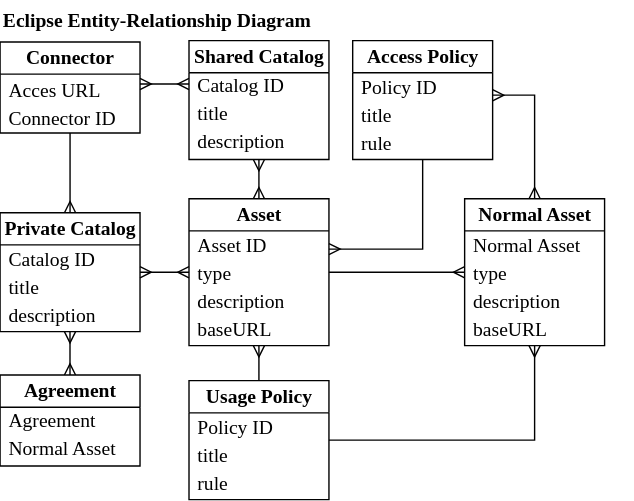
KristavanZandwijk/MVDS keeps this draw.io diagram as img/Eclipse/Eclipse_ER.svg. Above is the earlier version. Source tidied: cells renumbered, new cells last; positions are measured from the earlier drawing's top-left corner, leaving out a move shared by most shapes.
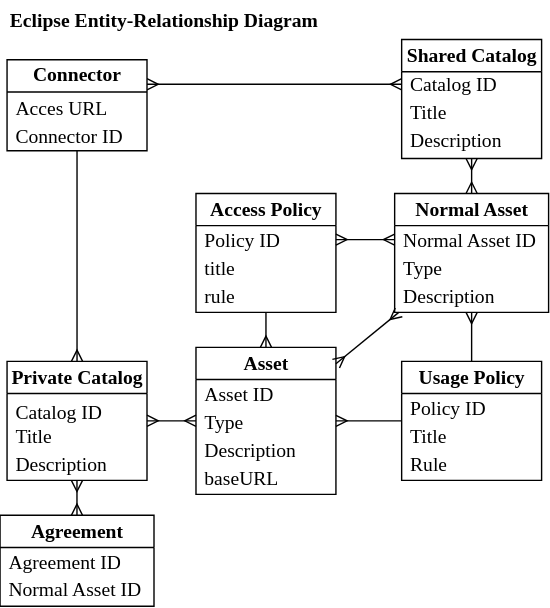
The same file after the commit.

Commit message:
update figures typos

The edit, as a diff of the source:
```diff
@@ -11,7 +11,7 @@
       </mxGeometry>
     </mxCell>
     <mxCell id="3" value="Connector" style="swimlane;whiteSpace=wrap;html=1;fontFamily=Times New Roman;fontSize=14;" parent="1" vertex="1">
-      <mxGeometry y="30" width="100" height="65" as="geometry" />
+      <mxGeometry y="42.5" width="100" height="65" as="geometry" />
     </mxCell>
     <mxCell id="4" value="Acces URL" style="text;strokeColor=none;fillColor=none;align=left;verticalAlign=middle;spacingLeft=4;spacingRight=4;overflow=hidden;whiteSpace=wrap;html=1;fontSize=14;fontFamily=Times New Roman;" parent="3" vertex="1">
       <mxGeometry y="24" width="100" height="20" as="geometry" />
@@ -20,70 +20,70 @@
       <mxGeometry y="44" width="100" height="20" as="geometry" />
     </mxCell>
     <mxCell id="6" value="Asset" style="swimlane;whiteSpace=wrap;html=1;fontFamily=Times New Roman;fontSize=14;" parent="1" vertex="1">
-      <mxGeometry x="135" y="142" width="100" height="105" as="geometry" />
+      <mxGeometry x="135" y="248" width="100" height="105" as="geometry" />
     </mxCell>
     <mxCell id="7" value="Asset ID" style="text;strokeColor=none;fillColor=none;align=left;verticalAlign=middle;spacingLeft=4;spacingRight=4;overflow=hidden;whiteSpace=wrap;html=1;fontSize=14;fontFamily=Times New Roman;" parent="6" vertex="1">
       <mxGeometry y="23" width="100" height="20" as="geometry" />
     </mxCell>
-    <mxCell id="8" value="type" style="text;strokeColor=none;fillColor=none;align=left;verticalAlign=middle;spacingLeft=4;spacingRight=4;overflow=hidden;whiteSpace=wrap;html=1;fontSize=14;fontFamily=Times New Roman;" parent="6" vertex="1">
+    <mxCell id="8" value="Type" style="text;strokeColor=none;fillColor=none;align=left;verticalAlign=middle;spacingLeft=4;spacingRight=4;overflow=hidden;whiteSpace=wrap;html=1;fontSize=14;fontFamily=Times New Roman;" parent="6" vertex="1">
       <mxGeometry y="43" width="100" height="20" as="geometry" />
     </mxCell>
-    <mxCell id="9" value="description" style="text;strokeColor=none;fillColor=none;align=left;verticalAlign=middle;spacingLeft=4;spacingRight=4;overflow=hidden;whiteSpace=wrap;html=1;fontSize=14;fontFamily=Times New Roman;" parent="6" vertex="1">
+    <mxCell id="9" value="Description" style="text;strokeColor=none;fillColor=none;align=left;verticalAlign=middle;spacingLeft=4;spacingRight=4;overflow=hidden;whiteSpace=wrap;html=1;fontSize=14;fontFamily=Times New Roman;" parent="6" vertex="1">
       <mxGeometry y="63" width="100" height="20" as="geometry" />
     </mxCell>
     <mxCell id="10" value="baseURL" style="text;strokeColor=none;fillColor=none;align=left;verticalAlign=middle;spacingLeft=4;spacingRight=4;overflow=hidden;whiteSpace=wrap;html=1;fontSize=14;fontFamily=Times New Roman;" parent="6" vertex="1">
       <mxGeometry y="83" width="90" height="20" as="geometry" />
     </mxCell>
     <mxCell id="11" value="Private Catalog" style="swimlane;whiteSpace=wrap;html=1;fontFamily=Times New Roman;fontSize=14;" parent="1" vertex="1">
-      <mxGeometry y="152" width="100" height="85" as="geometry" />
+      <mxGeometry y="258" width="100" height="85" as="geometry" />
     </mxCell>
     <mxCell id="12" value="Catalog ID" style="text;strokeColor=none;fillColor=none;align=left;verticalAlign=middle;spacingLeft=4;spacingRight=4;overflow=hidden;whiteSpace=wrap;html=1;fontSize=14;fontFamily=Times New Roman;" parent="11" vertex="1">
-      <mxGeometry y="23" width="100" height="20" as="geometry" />
+      <mxGeometry y="23" width="100" height="27" as="geometry" />
     </mxCell>
-    <mxCell id="13" value="title" style="text;strokeColor=none;fillColor=none;align=left;verticalAlign=middle;spacingLeft=4;spacingRight=4;overflow=hidden;whiteSpace=wrap;html=1;fontSize=14;fontFamily=Times New Roman;" parent="11" vertex="1">
+    <mxCell id="13" value="Title" style="text;strokeColor=none;fillColor=none;align=left;verticalAlign=middle;spacingLeft=4;spacingRight=4;overflow=hidden;whiteSpace=wrap;html=1;fontSize=14;fontFamily=Times New Roman;" parent="11" vertex="1">
       <mxGeometry y="43" width="100" height="20" as="geometry" />
     </mxCell>
-    <mxCell id="14" value="&lt;div&gt;description&lt;/div&gt;" style="text;strokeColor=none;fillColor=none;align=left;verticalAlign=middle;spacingLeft=4;spacingRight=4;overflow=hidden;whiteSpace=wrap;html=1;fontSize=14;fontFamily=Times New Roman;" parent="11" vertex="1">
+    <mxCell id="14" value="&lt;div&gt;Description&lt;/div&gt;" style="text;strokeColor=none;fillColor=none;align=left;verticalAlign=middle;spacingLeft=4;spacingRight=4;overflow=hidden;whiteSpace=wrap;html=1;fontSize=14;fontFamily=Times New Roman;" parent="11" vertex="1">
       <mxGeometry y="63" width="100" height="20" as="geometry" />
     </mxCell>
     <mxCell id="15" style="edgeStyle=orthogonalEdgeStyle;rounded=0;jettySize=auto;html=1;endArrow=ERmany;endFill=0;startArrow=none;startFill=0;fontFamily=Times New Roman;fontSize=14;" parent="1" edge="1" source="16" target="6">
       <mxGeometry x="0.2" y="30" relative="1" as="geometry" />
     </mxCell>
     <mxCell id="16" value="Usage Policy" style="swimlane;whiteSpace=wrap;html=1;fontFamily=Times New Roman;fontSize=14;" parent="1" vertex="1">
-      <mxGeometry x="135" y="272" width="100" height="85" as="geometry" />
+      <mxGeometry x="282" y="258" width="100" height="85" as="geometry" />
     </mxCell>
     <mxCell id="17" value="Policy ID" style="text;strokeColor=none;fillColor=none;align=left;verticalAlign=middle;spacingLeft=4;spacingRight=4;overflow=hidden;whiteSpace=wrap;html=1;fontSize=14;fontFamily=Times New Roman;" parent="16" vertex="1">
       <mxGeometry y="23" width="100" height="20" as="geometry" />
     </mxCell>
-    <mxCell id="18" value="title" style="text;strokeColor=none;fillColor=none;align=left;verticalAlign=middle;spacingLeft=4;spacingRight=4;overflow=hidden;whiteSpace=wrap;html=1;fontSize=14;fontFamily=Times New Roman;" parent="16" vertex="1">
+    <mxCell id="18" value="Title" style="text;strokeColor=none;fillColor=none;align=left;verticalAlign=middle;spacingLeft=4;spacingRight=4;overflow=hidden;whiteSpace=wrap;html=1;fontSize=14;fontFamily=Times New Roman;" parent="16" vertex="1">
       <mxGeometry y="43" width="100" height="20" as="geometry" />
     </mxCell>
-    <mxCell id="19" value="rule" style="text;strokeColor=none;fillColor=none;align=left;verticalAlign=middle;spacingLeft=4;spacingRight=4;overflow=hidden;whiteSpace=wrap;html=1;fontSize=14;fontFamily=Times New Roman;" parent="16" vertex="1">
+    <mxCell id="19" value="Rule" style="text;strokeColor=none;fillColor=none;align=left;verticalAlign=middle;spacingLeft=4;spacingRight=4;overflow=hidden;whiteSpace=wrap;html=1;fontSize=14;fontFamily=Times New Roman;" parent="16" vertex="1">
       <mxGeometry y="63" width="80" height="20" as="geometry" />
     </mxCell>
     <mxCell id="20" style="edgeStyle=orthogonalEdgeStyle;rounded=0;jettySize=auto;html=1;endArrow=ERmany;endFill=0;startArrow=ERmany;startFill=0;fontFamily=Times New Roman;fontSize=14;" parent="1" edge="1" source="11" target="25">
       <mxGeometry relative="1" as="geometry" />
     </mxCell>
     <mxCell id="21" value="Shared Catalog" style="swimlane;whiteSpace=wrap;html=1;fontFamily=Times New Roman;fontSize=14;" parent="1" vertex="1">
-      <mxGeometry x="135" y="29" width="100" height="85" as="geometry" />
+      <mxGeometry x="282" y="28" width="100" height="85" as="geometry" />
     </mxCell>
     <mxCell id="22" value="Catalog ID" style="text;strokeColor=none;fillColor=none;align=left;verticalAlign=middle;spacingLeft=4;spacingRight=4;overflow=hidden;whiteSpace=wrap;html=1;fontSize=14;fontFamily=Times New Roman;" parent="21" vertex="1">
       <mxGeometry y="22" width="100" height="20" as="geometry" />
     </mxCell>
-    <mxCell id="23" value="title" style="text;strokeColor=none;fillColor=none;align=left;verticalAlign=middle;spacingLeft=4;spacingRight=4;overflow=hidden;whiteSpace=wrap;html=1;fontSize=14;fontFamily=Times New Roman;" parent="21" vertex="1">
+    <mxCell id="23" value="Title" style="text;strokeColor=none;fillColor=none;align=left;verticalAlign=middle;spacingLeft=4;spacingRight=4;overflow=hidden;whiteSpace=wrap;html=1;fontSize=14;fontFamily=Times New Roman;" parent="21" vertex="1">
       <mxGeometry y="42" width="100" height="20" as="geometry" />
     </mxCell>
-    <mxCell id="24" value="description" style="text;strokeColor=none;fillColor=none;align=left;verticalAlign=middle;spacingLeft=4;spacingRight=4;overflow=hidden;whiteSpace=wrap;html=1;fontSize=14;fontFamily=Times New Roman;" parent="21" vertex="1">
+    <mxCell id="24" value="Description" style="text;strokeColor=none;fillColor=none;align=left;verticalAlign=middle;spacingLeft=4;spacingRight=4;overflow=hidden;whiteSpace=wrap;html=1;fontSize=14;fontFamily=Times New Roman;" parent="21" vertex="1">
       <mxGeometry y="62" width="100" height="20" as="geometry" />
     </mxCell>
     <mxCell id="25" value="Agreement" style="swimlane;whiteSpace=wrap;html=1;fontFamily=Times New Roman;fontSize=14;" parent="1" vertex="1">
-      <mxGeometry y="268" width="100" height="65" as="geometry" />
+      <mxGeometry x="-5" y="368" width="110" height="65" as="geometry" />
     </mxCell>
     <mxCell id="26" value="Agreement ID" style="text;strokeColor=none;fillColor=none;align=left;verticalAlign=middle;spacingLeft=4;spacingRight=4;overflow=hidden;whiteSpace=wrap;html=1;fontSize=14;fontFamily=Times New Roman;" parent="25" vertex="1">
-      <mxGeometry y="22.5" width="80" height="20" as="geometry" />
+      <mxGeometry y="22.5" width="100" height="20" as="geometry" />
     </mxCell>
     <mxCell id="27" value="Normal Asset ID" style="text;strokeColor=none;fillColor=none;align=left;verticalAlign=middle;spacingLeft=4;spacingRight=4;overflow=hidden;whiteSpace=wrap;html=1;fontSize=14;fontFamily=Times New Roman;" parent="25" vertex="1">
-      <mxGeometry y="42.5" width="90" height="20" as="geometry" />
+      <mxGeometry y="42.5" width="110" height="20" as="geometry" />
     </mxCell>
     <mxCell id="28" style="edgeStyle=orthogonalEdgeStyle;rounded=0;jettySize=auto;html=1;endArrow=none;endFill=0;startArrow=ERmany;startFill=0;fontFamily=Times New Roman;fontSize=14;" parent="1" edge="1" source="11" target="3">
       <mxGeometry y="-10" relative="1" as="geometry" />
@@ -92,7 +92,7 @@
       <mxGeometry relative="1" as="geometry" />
     </mxCell>
     <mxCell id="30" value="Access Policy" style="swimlane;whiteSpace=wrap;html=1;fontFamily=Times New Roman;fontSize=14;" parent="1" vertex="1">
-      <mxGeometry x="252" y="29" width="100" height="85" as="geometry" />
+      <mxGeometry x="135" y="138" width="100" height="85" as="geometry" />
     </mxCell>
     <mxCell id="31" value="Policy ID" style="text;strokeColor=none;fillColor=none;align=left;verticalAlign=middle;spacingLeft=4;spacingRight=4;overflow=hidden;points=[[0,0.5],[1,0.5]];portConstraint=eastwest;whiteSpace=wrap;html=1;fontSize=14;fontFamily=Times New Roman;" parent="30" vertex="1">
       <mxGeometry y="23" width="100" height="20" as="geometry" />
@@ -103,51 +103,40 @@
     <mxCell id="33" value="rule" style="text;strokeColor=none;fillColor=none;align=left;verticalAlign=middle;spacingLeft=4;spacingRight=4;overflow=hidden;whiteSpace=wrap;html=1;fontSize=14;fontFamily=Times New Roman;" parent="30" vertex="1">
       <mxGeometry y="63" width="100" height="20" as="geometry" />
     </mxCell>
-    <mxCell id="34" style="edgeStyle=orthogonalEdgeStyle;rounded=0;jettySize=auto;html=1;endArrow=ERmany;endFill=0;startArrow=ERmany;startFill=0;fontFamily=Times New Roman;fontSize=14;" parent="1" edge="1" source="30" target="36">
-      <mxGeometry x="0.2" y="30" relative="1" as="geometry">
-        <Array as="points">
-          <mxPoint x="382" y="68" />
-        </Array>
-      </mxGeometry>
+    <mxCell id="34" style="rounded=0;jettySize=auto;html=1;endArrow=ERmany;endFill=0;startArrow=ERmany;startFill=0;fontFamily=Times New Roman;fontSize=14;entryX=0;entryY=0.5;entryDx=0;entryDy=0;exitX=1;exitY=0.5;exitDx=0;exitDy=0;" parent="1" edge="1" source="31" target="37">
+      <mxGeometry x="0.2" y="30" relative="1" as="geometry" />
     </mxCell>
-    <mxCell id="35" style="edgeStyle=orthogonalEdgeStyle;rounded=0;jettySize=auto;html=1;endArrow=ERmany;endFill=0;startArrow=ERmany;startFill=0;fontFamily=Times New Roman;fontSize=14;" parent="1" edge="1" source="21" target="6">
-      <mxGeometry relative="1" as="geometry">
-        <Array as="points">
-          <mxPoint x="185" y="138" />
-          <mxPoint x="185" y="138" />
-        </Array>
-      </mxGeometry>
+    <mxCell id="35" style="rounded=0;jettySize=auto;html=1;endArrow=ERmany;endFill=0;startArrow=ERmany;startFill=0;fontFamily=Times New Roman;fontSize=14;" parent="1" edge="1" source="21" target="36">
+      <mxGeometry relative="1" as="geometry" />
     </mxCell>
     <mxCell id="36" value="Normal Asset" style="swimlane;whiteSpace=wrap;html=1;fontFamily=Times New Roman;fontSize=14;" parent="1" vertex="1">
-      <mxGeometry x="332" y="142" width="100" height="105" as="geometry" />
+      <mxGeometry x="277" y="138" width="110" height="85" as="geometry" />
     </mxCell>
     <mxCell id="37" value="Normal Asset ID" style="text;strokeColor=none;fillColor=none;align=left;verticalAlign=middle;spacingLeft=4;spacingRight=4;overflow=hidden;points=[[0,0.5],[1,0.5]];portConstraint=eastwest;whiteSpace=wrap;html=1;fontSize=14;fontFamily=Times New Roman;" parent="36" vertex="1">
-      <mxGeometry y="23" width="100" height="20" as="geometry" />
+      <mxGeometry y="23" width="110" height="20" as="geometry" />
     </mxCell>
-    <mxCell id="38" value="type" style="text;strokeColor=none;fillColor=none;align=left;verticalAlign=middle;spacingLeft=4;spacingRight=4;overflow=hidden;whiteSpace=wrap;html=1;fontSize=14;fontFamily=Times New Roman;" parent="36" vertex="1">
-      <mxGeometry y="43" width="100" height="20" as="geometry" />
+    <mxCell id="38" value="Type" style="text;strokeColor=none;fillColor=none;align=left;verticalAlign=middle;spacingLeft=4;spacingRight=4;overflow=hidden;whiteSpace=wrap;html=1;fontSize=14;fontFamily=Times New Roman;" parent="36" vertex="1">
+      <mxGeometry y="42.5" width="100" height="20" as="geometry" />
     </mxCell>
-    <mxCell id="39" value="description" style="text;strokeColor=none;fillColor=none;align=left;verticalAlign=middle;spacingLeft=4;spacingRight=4;overflow=hidden;whiteSpace=wrap;html=1;fontSize=14;fontFamily=Times New Roman;" parent="36" vertex="1">
-      <mxGeometry y="63" width="100" height="20" as="geometry" />
+    <mxCell id="39" value="Description" style="text;strokeColor=none;fillColor=none;align=left;verticalAlign=middle;spacingLeft=4;spacingRight=4;overflow=hidden;whiteSpace=wrap;html=1;fontSize=14;fontFamily=Times New Roman;" parent="36" vertex="1">
+      <mxGeometry y="62.5" width="100" height="20" as="geometry" />
     </mxCell>
-    <mxCell id="40" value="baseURL" style="text;strokeColor=none;fillColor=none;align=left;verticalAlign=middle;spacingLeft=4;spacingRight=4;overflow=hidden;whiteSpace=wrap;html=1;fontSize=14;fontFamily=Times New Roman;" parent="36" vertex="1">
-      <mxGeometry y="83" width="120" height="20" as="geometry" />
+    <mxCell id="40" style="edgeStyle=orthogonalEdgeStyle;rounded=0;jettySize=auto;html=1;endArrow=ERmany;endFill=0;startArrow=none;startFill=0;fontFamily=Times New Roman;fontSize=14;" parent="1" edge="1" source="16" target="36">
+      <mxGeometry x="0.2" y="30" relative="1" as="geometry">
+        <Array as="points">
+          <mxPoint x="332" y="238" />
+          <mxPoint x="332" y="238" />
+        </Array>
+      </mxGeometry>
     </mxCell>
-    <mxCell id="41" style="edgeStyle=orthogonalEdgeStyle;rounded=0;jettySize=auto;html=1;endArrow=ERmany;endFill=0;startArrow=none;startFill=0;fontFamily=Times New Roman;fontSize=14;" parent="1" edge="1" source="6" target="36">
-      <mxGeometry x="0.2" y="30" relative="1" as="geometry" />
+    <mxCell id="41" value="&lt;b&gt;Eclipse&amp;nbsp;Entity-Relationship Diagram&lt;/b&gt;" style="text;html=1;whiteSpace=wrap;align=left;verticalAlign=middle;rounded=0;fontFamily=Times New Roman;fontSize=14;" parent="1" vertex="1">
+      <mxGeometry width="340" height="30" as="geometry" />
     </mxCell>
-    <mxCell id="42" style="edgeStyle=orthogonalEdgeStyle;rounded=0;jettySize=auto;html=1;endArrow=ERmany;endFill=0;startArrow=none;startFill=0;fontFamily=Times New Roman;fontSize=14;" parent="1" edge="1" source="16" target="36">
+    <mxCell id="42" style="rounded=0;jettySize=auto;html=1;endArrow=ERmany;endFill=0;startArrow=none;startFill=0;fontFamily=Times New Roman;fontSize=14;" parent="1" edge="1" source="30" target="6">
       <mxGeometry x="0.2" y="30" relative="1" as="geometry" />
     </mxCell>
-    <mxCell id="43" value="&lt;b&gt;Eclipse&amp;nbsp;Entity-Relationship Diagram&lt;/b&gt;" style="text;html=1;whiteSpace=wrap;align=left;verticalAlign=middle;rounded=0;fontFamily=Times New Roman;fontSize=14;" parent="1" vertex="1">
-      <mxGeometry width="340" height="30" as="geometry" />
+    <mxCell id="43" style="rounded=0;jettySize=auto;html=1;endArrow=ERmany;endFill=0;startArrow=ERmany;startFill=0;fontFamily=Times New Roman;fontSize=14;" parent="1" edge="1" source="6" target="36">
+      <mxGeometry x="0.2" y="30" relative="1" as="geometry" />
     </mxCell>
-    <mxCell id="44" style="edgeStyle=orthogonalEdgeStyle;rounded=0;jettySize=auto;html=1;endArrow=ERmany;endFill=0;startArrow=none;startFill=0;fontFamily=Times New Roman;fontSize=14;" parent="1" edge="1" source="30" target="6">
-      <mxGeometry x="0.2" y="30" relative="1" as="geometry">
-        <Array as="points">
-          <mxPoint x="302" y="178" />
-        </Array>
-      </mxGeometry>
-    </mxCell>
   </root>
 </mxGraphModel>
```
